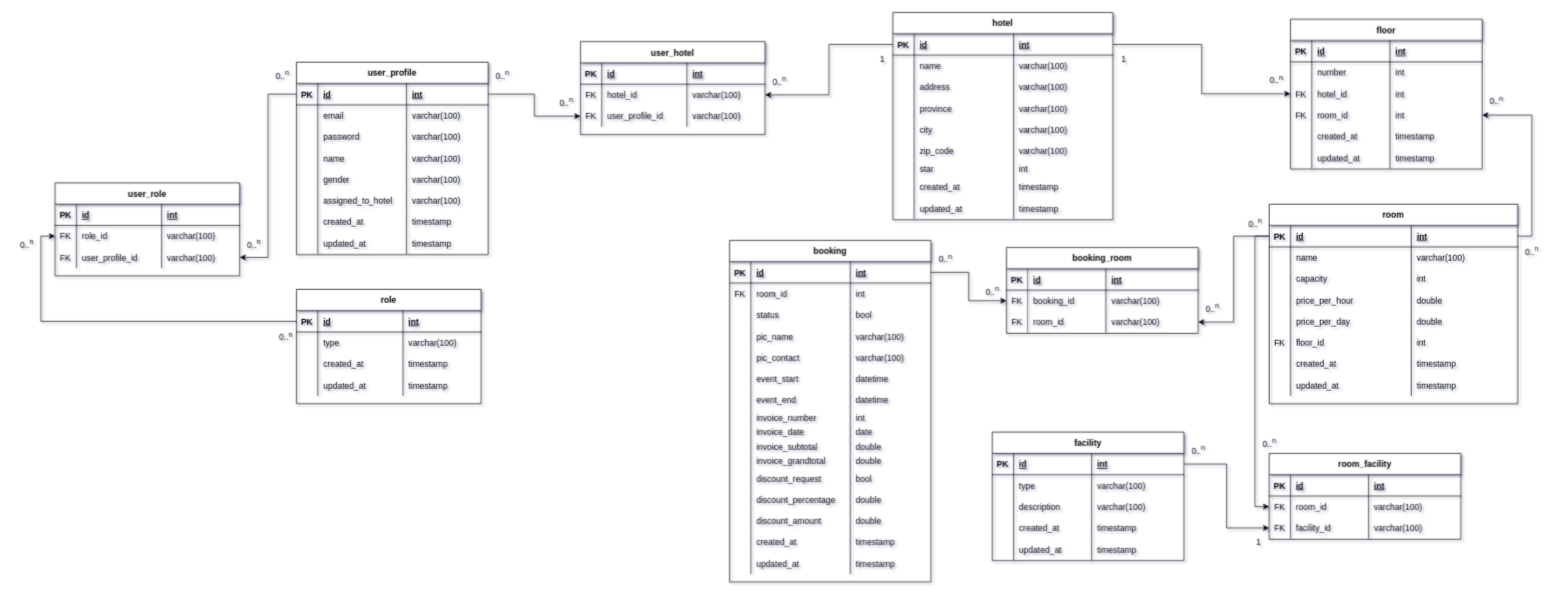
Above: page "NEW ERD Master" (4 of 5) of entity_relationship_diagram/Booking_hotel.drawio in ariejanuarb/hotel_booking (draw.io), before the change. Source tidied: cells renumbered, new cells numbered last; positions are measured from the earlier drawing's top-left corner, leaving out a move shared by most shapes. Both pictures are drawn from the tidied source at 71%, with x=0, y=0 at pixel (12, 12).
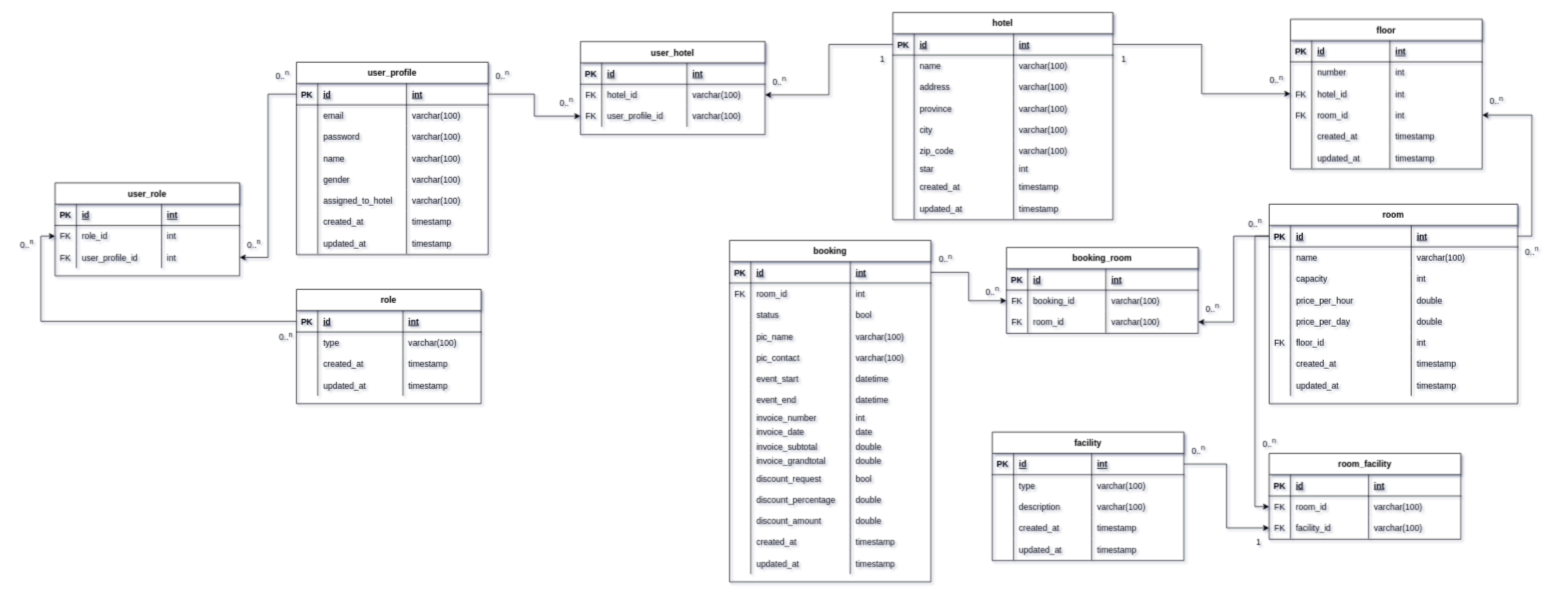
The same diagram, later.

The change refers to these unchanged cells:
```xml
<mxCell id="263" style="shape=partialRectangle;fillColor=none;points=[[0,0.5],[1,0.5]];portConstraint=eastwest;top=0;left=0;right=0;bottom=0;" parent="258" vertex="1">
  <mxGeometry y="60" width="260" height="30" as="geometry" />
</mxCell>
<mxCell id="267" style="shape=partialRectangle;fillColor=none;points=[[0,0.5],[1,0.5]];portConstraint=eastwest;top=0;left=0;right=0;bottom=0;" parent="258" vertex="1">
  <mxGeometry y="90" width="260" height="30" as="geometry" />
</mxCell>
```

The edit, as a diff of the source:
```diff
@@
-    <mxCell id="266" value="varchar(100)" style="shape=partialRectangle;overflow=hidden;fillColor=none;top=0;left=0;bottom=0;right=0;align=left;spacingLeft=6;" parent="263" vertex="1">
+    <mxCell id="266" value="int" style="shape=partialRectangle;overflow=hidden;fillColor=none;top=0;left=0;bottom=0;right=0;align=left;spacingLeft=6;" parent="263" vertex="1">
       <mxGeometry x="150" width="110" height="30" as="geometry" />
     </mxCell>
@@
-    <mxCell id="270" value="varchar(100)" style="shape=partialRectangle;overflow=hidden;fillColor=none;top=0;left=0;bottom=0;right=0;align=left;spacingLeft=6;" parent="267" vertex="1">
+    <mxCell id="270" value="int" style="shape=partialRectangle;overflow=hidden;fillColor=none;top=0;left=0;bottom=0;right=0;align=left;spacingLeft=6;" parent="267" vertex="1">
       <mxGeometry x="150" width="110" height="30" as="geometry" />
     </mxCell>
```
